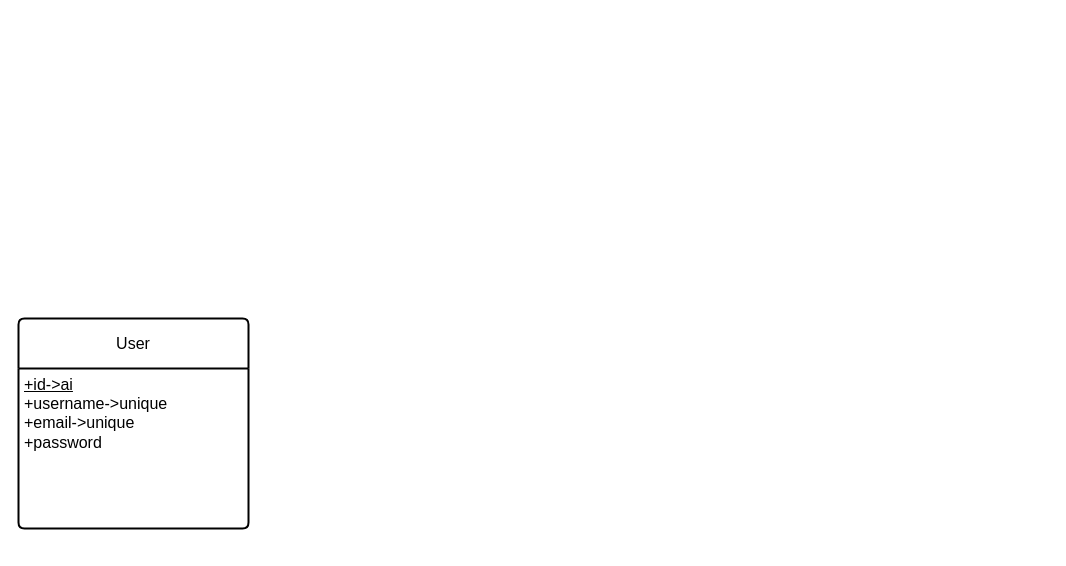
nmkhoi3006/online_courses keeps this draw.io diagram as db_online_courses.drawio. Above is the earlier version. Source tidied: cells renumbered, new cells numbered last; positions are measured from the earlier drawing's top-left corner, leaving out a move shared by most shapes. Both pictures are drawn from the tidied source at 100%, with x=0, y=0 at pixel (18, 318).
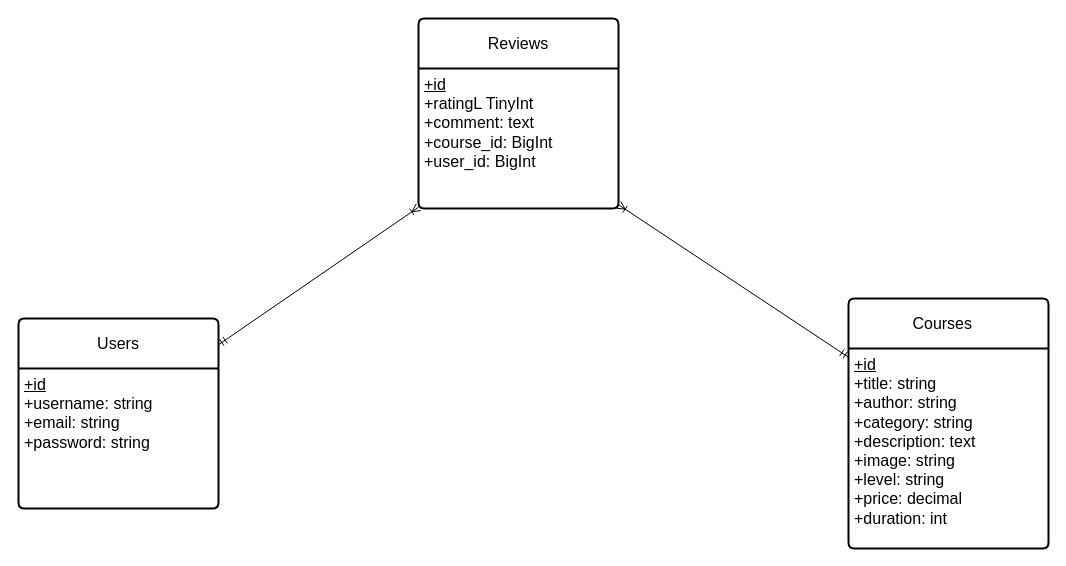
The same page after the edit.

What changed in the source:
```diff
@@
 <mxGraphModel>
   <root>
     <mxCell id="0" />
     <mxCell id="1" parent="0" />
+    <mxCell id="4" style="edgeStyle=none;html=1;endArrow=ERoneToMany;endFill=0;startArrow=ERmandOne;startFill=0;" parent="1" edge="1" source="2" target="9">
+      <mxGeometry relative="1" as="geometry" />
+    </mxCell>
-    <mxCell id="2" value="User" style="swimlane;horizontal=1;startSize=50;rounded=1;fontSize=16;fontStyle=0;strokeWidth=2;shadow=0;dashed=0;align=center;arcSize=4;whiteSpace=wrap;html=1;" parent="1" vertex="1">
-      <mxGeometry width="230" height="210" as="geometry" />
+    <mxCell id="2" value="Users" style="swimlane;horizontal=1;startSize=50;rounded=1;fontSize=16;fontStyle=0;strokeWidth=2;shadow=0;dashed=0;align=center;arcSize=4;whiteSpace=wrap;html=1;" parent="1" vertex="1">
+      <mxGeometry width="200" height="190" as="geometry" />
     </mxCell>
-    <mxCell id="3" value="&lt;u&gt;&lt;font style=&quot;font-size: 16px;&quot;&gt;+id-&amp;gt;ai&lt;/font&gt;&lt;/u&gt;&lt;div&gt;&lt;font style=&quot;font-size: 16px;&quot;&gt;+username-&amp;gt;unique&lt;/font&gt;&lt;/div&gt;&lt;div&gt;&lt;font style=&quot;font-size: 16px;&quot;&gt;+email-&amp;gt;unique&lt;br&gt;+password&lt;/font&gt;&lt;/div&gt;" style="align=left;strokeColor=none;fillColor=none;spacingLeft=4;spacingRight=4;fontSize=12;verticalAlign=top;html=1;whiteSpace=wrap;" parent="2" vertex="1">
-      <mxGeometry y="50" width="230" height="160" as="geometry" />
+    <mxCell id="3" value="&lt;u&gt;&lt;font style=&quot;font-size: 16px;&quot;&gt;+id&lt;/font&gt;&lt;/u&gt;&lt;div&gt;&lt;font style=&quot;font-size: 16px;&quot;&gt;+username: string&lt;/font&gt;&lt;/div&gt;&lt;div&gt;&lt;font style=&quot;font-size: 16px;&quot;&gt;+email: string&lt;br&gt;+password: string&lt;/font&gt;&lt;/div&gt;" style="align=left;strokeColor=none;fillColor=none;spacingLeft=4;spacingRight=4;fontSize=12;verticalAlign=top;html=1;whiteSpace=wrap;" parent="2" vertex="1">
+      <mxGeometry y="50" width="200" height="140" as="geometry" />
     </mxCell>
+    <mxCell id="5" style="edgeStyle=none;html=1;endArrow=ERoneToMany;endFill=0;startArrow=ERmandOne;startFill=0;" parent="1" edge="1" source="6" target="9">
+      <mxGeometry relative="1" as="geometry" />
+    </mxCell>
+    <mxCell id="6" value="Courses&lt;span style=&quot;white-space: pre;&quot;&gt;&#9;&lt;/span&gt;" style="swimlane;horizontal=1;startSize=50;rounded=1;fontSize=16;fontStyle=0;strokeWidth=2;shadow=0;dashed=0;align=center;arcSize=4;whiteSpace=wrap;html=1;" parent="1" vertex="1">
+      <mxGeometry x="830" y="-20" width="200" height="250" as="geometry" />
+    </mxCell>
+    <mxCell id="7" value="&lt;u&gt;&lt;font style=&quot;font-size: 16px;&quot;&gt;+id&lt;/font&gt;&lt;/u&gt;&lt;div&gt;&lt;font style=&quot;font-size: 16px;&quot;&gt;+title: string&lt;/font&gt;&lt;/div&gt;&lt;div&gt;&lt;font style=&quot;font-size: 16px;&quot;&gt;+author: string&lt;br&gt;+category: string&lt;/font&gt;&lt;/div&gt;&lt;div&gt;&lt;font style=&quot;font-size: 16px;&quot;&gt;+description: text&lt;/font&gt;&lt;/div&gt;&lt;div&gt;&lt;font style=&quot;font-size: 16px;&quot;&gt;+image: string&lt;/font&gt;&lt;/div&gt;&lt;div&gt;&lt;font style=&quot;font-size: 16px;&quot;&gt;+level: string&lt;/font&gt;&lt;/div&gt;&lt;div&gt;&lt;span style=&quot;font-size: 16px;&quot;&gt;+price: decimal&lt;/span&gt;&lt;/div&gt;&lt;div&gt;&lt;span style=&quot;font-size: 16px;&quot;&gt;+duration: int&lt;/span&gt;&lt;/div&gt;" style="align=left;strokeColor=none;fillColor=none;spacingLeft=4;spacingRight=4;fontSize=12;verticalAlign=top;html=1;whiteSpace=wrap;" parent="6" vertex="1">
+      <mxGeometry y="50" width="200" height="200" as="geometry" />
+    </mxCell>
+    <mxCell id="8" value="Reviews" style="swimlane;horizontal=1;startSize=50;rounded=1;fontSize=16;fontStyle=0;strokeWidth=2;shadow=0;dashed=0;align=center;arcSize=4;whiteSpace=wrap;html=1;" parent="1" vertex="1">
+      <mxGeometry x="400" y="-300" width="200" height="190" as="geometry" />
+    </mxCell>
+    <mxCell id="9" value="&lt;u&gt;&lt;font style=&quot;font-size: 16px;&quot;&gt;+id&lt;/font&gt;&lt;/u&gt;&lt;div&gt;&lt;font style=&quot;font-size: 16px;&quot;&gt;+ratingL TinyInt&lt;/font&gt;&lt;/div&gt;&lt;div&gt;&lt;font style=&quot;font-size: 16px;&quot;&gt;+comment: text&lt;br&gt;+course_id: BigInt&lt;/font&gt;&lt;/div&gt;&lt;div&gt;&lt;span style=&quot;font-size: 16px;&quot;&gt;+user_id: BigInt&lt;/span&gt;&lt;/div&gt;" style="align=left;strokeColor=none;fillColor=none;spacingLeft=4;spacingRight=4;fontSize=12;verticalAlign=top;html=1;whiteSpace=wrap;" parent="8" vertex="1">
+      <mxGeometry y="50" width="200" height="140" as="geometry" />
+    </mxCell>
   </root>
 </mxGraphModel>
```
